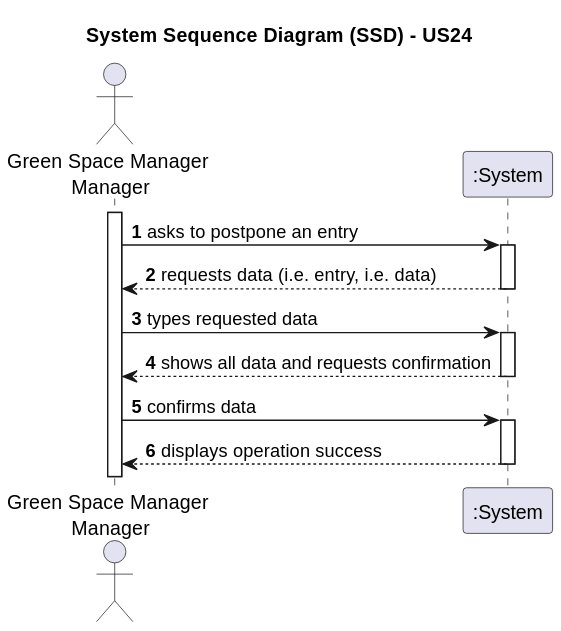
This is docs/sprintC/us0025/01.requirements-engineering/svg/us25-system-sequence-diagram.svg from Mendoncaa/LAPR2, a PlantUML export, as it was before one commit.
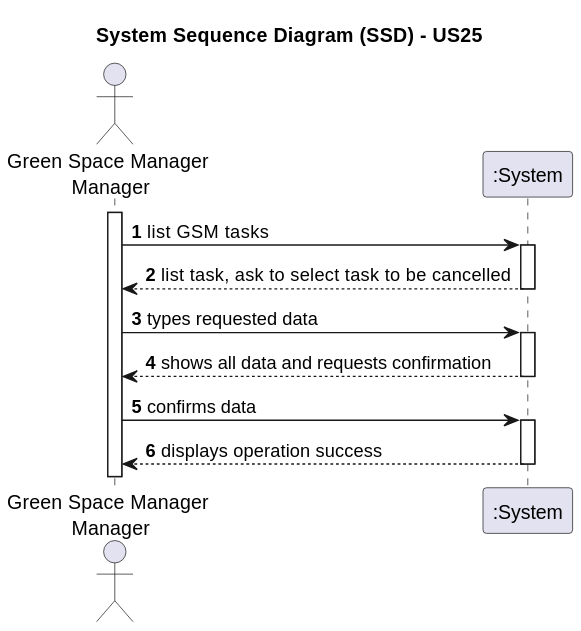
After the commit.

Change to the diagram source:
```diff
@@ -3,7 +3,7 @@
 skinparam packageStyle rectangle
 skinparam shadowing false
 
-title System Sequence Diagram (SSD) - US24
+title System Sequence Diagram (SSD) - US25
 
 autonumber
 
@@ -12,10 +12,10 @@
 
 activate GSM
 
-    GSM -> System : asks to postpone an entry
+    GSM -> System : list GSM tasks
     activate System
 
-        System --> GSM : requests data (i.e. entry, i.e. data)
+        System --> GSM : list task, ask to select task to be cancelled
     deactivate System
 
     GSM -> System : types requested data
```
